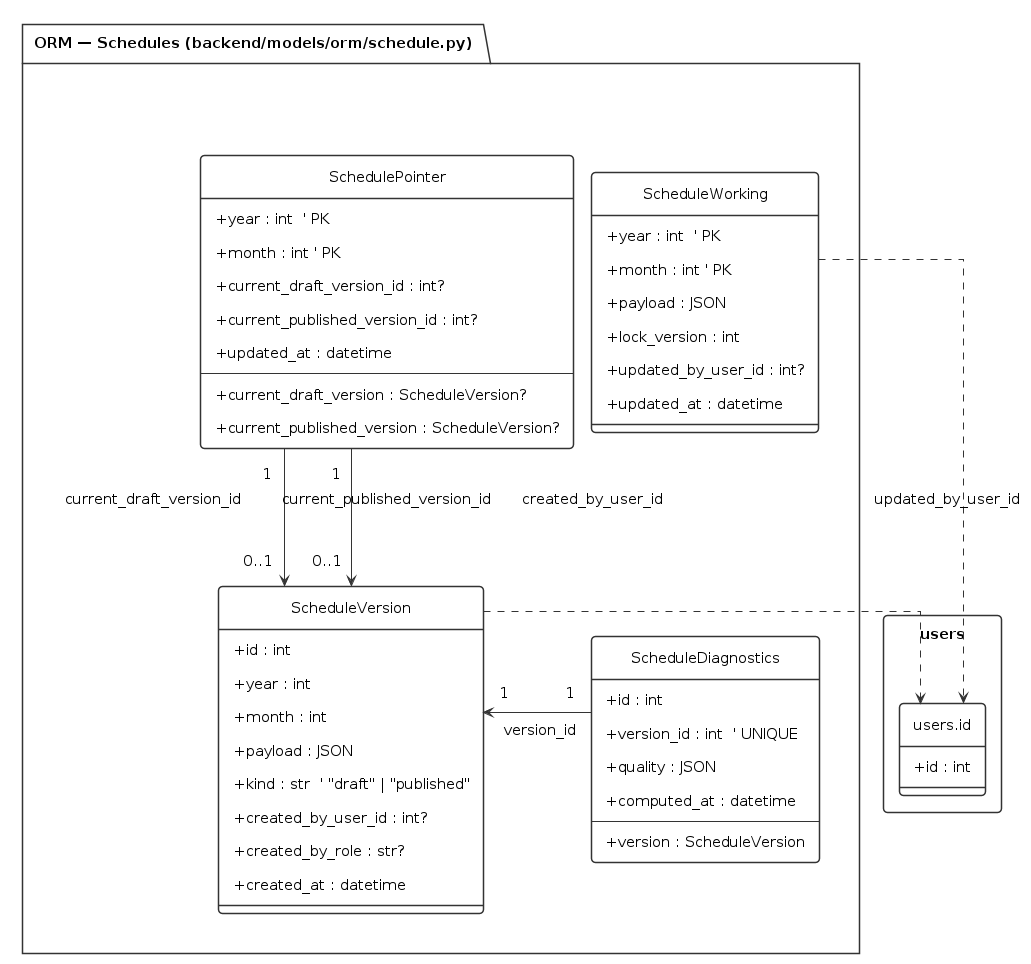
orlvann/MEDSHED keeps this PlantUML diagram as docs/diagrams/export/orm_schedules_full.png. Above is the earlier version. Its source is kept beside it as docs/diagrams/src/orm_schedules_full.puml.
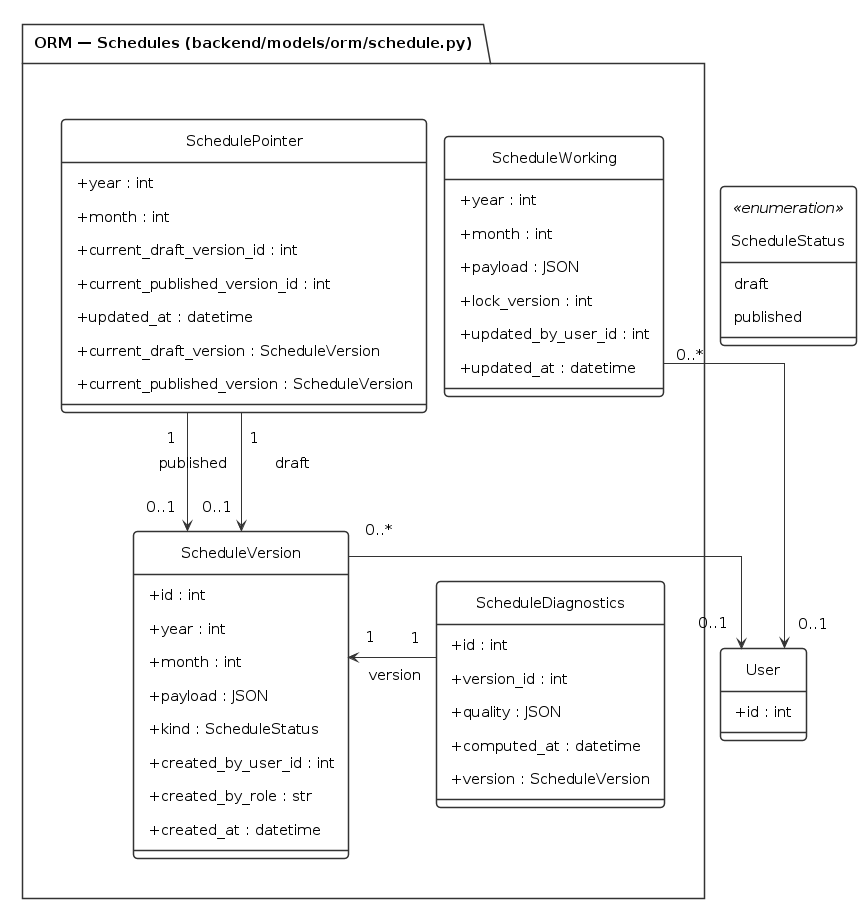
Later version of the same file.

The edit, as a diff of the source:
```diff
@@ -29,33 +29,31 @@
 
   together {
     class ScheduleWorking {
-      +year : int  ' PK
-      +month : int ' PK
+      +year : int
+      +month : int
       +payload : JSON
       +lock_version : int
-      +updated_by_user_id : int?
+      +updated_by_user_id : int
       +updated_at : datetime
     }
 
     class SchedulePointer {
-      +year : int  ' PK
-      +month : int ' PK
-      +current_draft_version_id : int?
-      +current_published_version_id : int?
+      +year : int
+      +month : int
+      +current_draft_version_id : int
+      +current_published_version_id : int
       +updated_at : datetime
-      --
-      +current_draft_version : ScheduleVersion?
-      +current_published_version : ScheduleVersion?
+      +current_draft_version : ScheduleVersion
+      +current_published_version : ScheduleVersion
     }
   }
 
   together {
     class ScheduleDiagnostics {
       +id : int
-      +version_id : int  ' UNIQUE
+      +version_id : int
       +quality : JSON
       +computed_at : datetime
-      --
       +version : ScheduleVersion
     }
 
@@ -64,27 +62,28 @@
       +year : int
       +month : int
       +payload : JSON
-      +kind : str  ' "draft" | "published"
-      +created_by_user_id : int?
-      +created_by_role : str?
+      +kind : ScheduleStatus
+      +created_by_user_id : int
+      +created_by_role : str
       +created_at : datetime
     }
   }
 }
-
-rectangle "users" as UsersBox {
-  class "users.id" as UsersId {
-    +id : int
-  }
+enum ScheduleStatus <<enumeration>> {
+  draft
+  published
+}
+class User {
+  +id : int
 }
 
 
-SchedulePointer "1" --> "0..1" ScheduleVersion : current_draft_version_id
-SchedulePointer "1" --> "0..1" ScheduleVersion : current_published_version_id
-ScheduleDiagnostics "1" --> "1" ScheduleVersion : version_id
+SchedulePointer "1" --> "0..1" ScheduleVersion : draft
+SchedulePointer "1" --> "0..1" ScheduleVersion : published
+ScheduleDiagnostics "1" --> "1" ScheduleVersion : version
 
-ScheduleVersion -right..> UsersId : created_by_user_id
-ScheduleWorking -right..> UsersId : updated_by_user_id
+ScheduleVersion "0..*" -right-> "0..1" User
+ScheduleWorking "0..*" -right-> "0..1" User
 
 
 ScheduleWorking -[hidden]right-> SchedulePointer
@@ -93,6 +92,6 @@
 ScheduleWorking -[hidden]down-> ScheduleDiagnostics
 SchedulePointer -[hidden]down-> ScheduleVersion
 
-ScheduleWorking -[hidden]right-> UsersId
+ScheduleWorking -[hidden]right-> User
 
 @enduml
```
